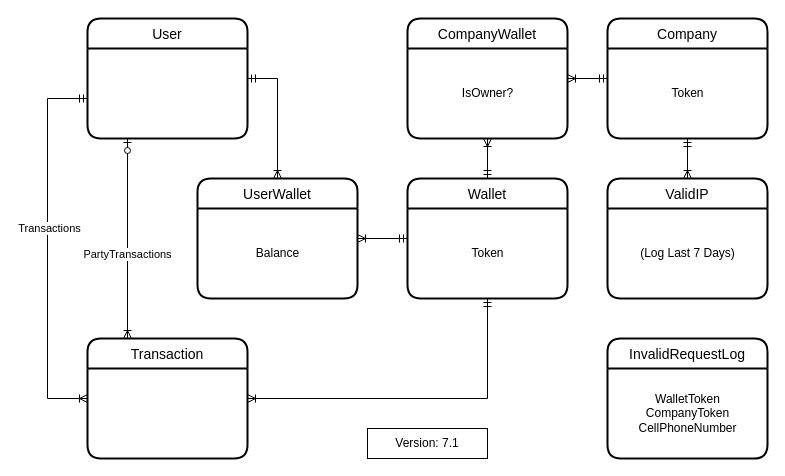
Earlier version of the draw.io diagram Dtat.Wallet.Abstractions/Documents/Wallet.drawio (Dariush-Tasdighi/Wallet). Source tidied: cells renumbered, new cells numbered last; positions are measured from the earlier drawing's top-left corner, leaving out a move shared by most shapes. Both pictures are drawn from the tidied source at 100%, with x=0, y=0 at pixel (47, 18).
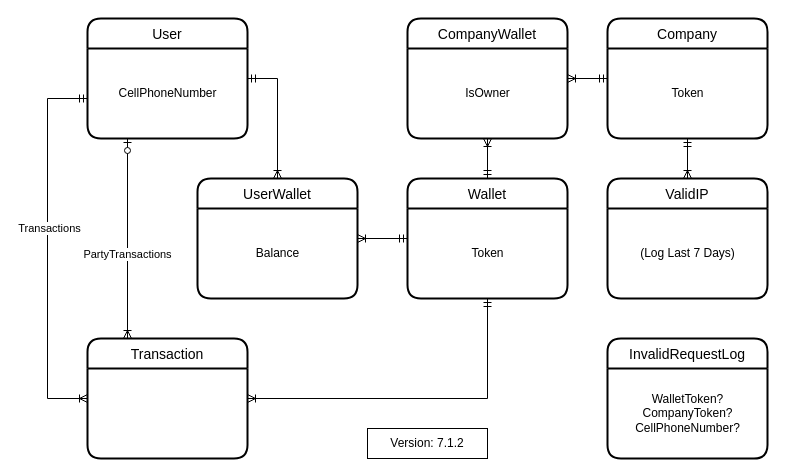
The same diagram, later.

The change refers to these unchanged cells:
```xml
<mxCell id="2" value="User" style="swimlane;horizontal=1;startSize=30;rounded=1;fontSize=14;fontStyle=0;strokeWidth=2;shadow=0;dashed=0;align=center;" parent="1" vertex="1">
  <mxGeometry x="40" width="160" height="120" as="geometry" />
</mxCell>
<mxCell id="19" value="InvalidRequestLog" style="swimlane;horizontal=1;startSize=30;rounded=1;fontSize=14;fontStyle=0;strokeWidth=2;shadow=0;dashed=0;align=center;" parent="1" vertex="1">
  <mxGeometry x="560" y="320" width="160" height="120" as="geometry" />
</mxCell>
<mxCell id="21" value="CompanyWallet" style="swimlane;horizontal=1;startSize=30;rounded=1;fontSize=14;fontStyle=0;strokeWidth=2;shadow=0;dashed=0;align=center;" parent="1" vertex="1">
  <mxGeometry x="360" width="160" height="120" as="geometry" />
</mxCell>
```

Change to the diagram source:
```diff
@@
+    <mxCell id="27" value="CellPhoneNumber" style="text;html=1;align=center;verticalAlign=middle;strokeColor=none;fillColor=none;" parent="2" vertex="1">
+      <mxGeometry y="30" width="160" height="90" as="geometry" />
+    </mxCell>
@@
-    <mxCell id="20" value="WalletToken&lt;br&gt;CompanyToken&lt;br&gt;CellPhoneNumber" style="text;html=1;align=center;verticalAlign=middle;strokeColor=none;fillColor=none;rotation=0;" parent="19" vertex="1">
+    <mxCell id="20" value="WalletToken?&lt;br&gt;CompanyToken?&lt;br&gt;CellPhoneNumber?" style="text;html=1;align=center;verticalAlign=middle;strokeColor=none;fillColor=none;rotation=0;" parent="19" vertex="1">
       <mxGeometry y="30" width="160" height="90" as="geometry" />
     </mxCell>
@@
-    <mxCell id="22" value="IsOwner?" style="text;html=1;align=center;verticalAlign=middle;strokeColor=none;fillColor=none;" parent="21" vertex="1">
+    <mxCell id="22" value="IsOwner" style="text;html=1;align=center;verticalAlign=middle;strokeColor=none;fillColor=none;" parent="21" vertex="1">
       <mxGeometry y="30" width="160" height="90" as="geometry" />
     </mxCell>
@@
-    <mxCell id="26" value="Version: 7.1" style="rounded=0;whiteSpace=wrap;html=1;" parent="1" vertex="1">
+    <mxCell id="26" value="Version: 7.1.2" style="rounded=0;whiteSpace=wrap;html=1;" parent="1" vertex="1">
       <mxGeometry x="320" y="410" width="120" height="30" as="geometry" />
     </mxCell>
```
